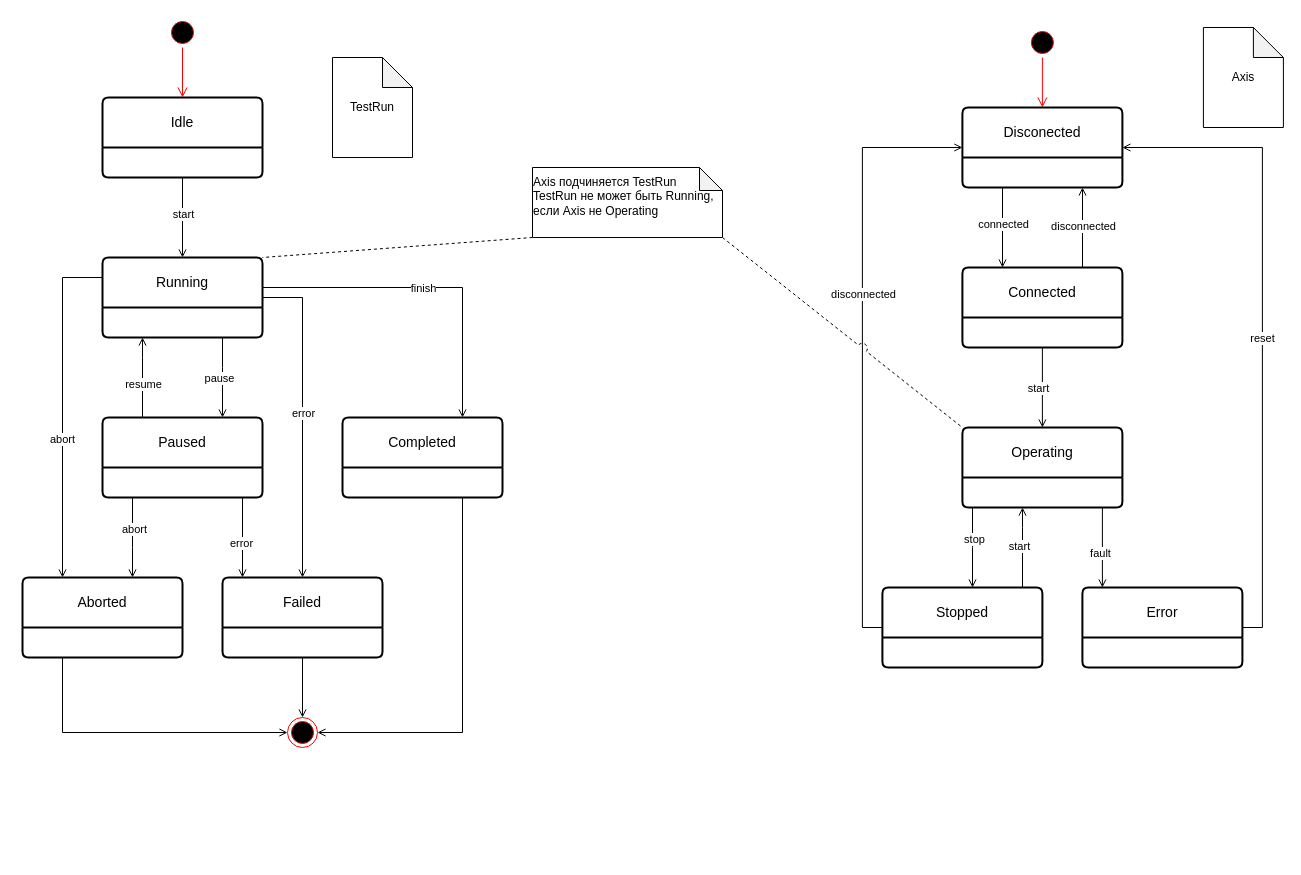
Earlier version of the draw.io diagram page "ДС" (3 of 6) of docs/diagrams/analytics-artifacts.drawio (TarkWight/uas-test-system). Source tidied: cells renumbered, new cells numbered last; positions are measured from the earlier drawing's top-left corner, leaving out a move shared by most shapes. Both pictures are drawn from the tidied source at 100%, with x=0, y=0 at pixel (22, 17).
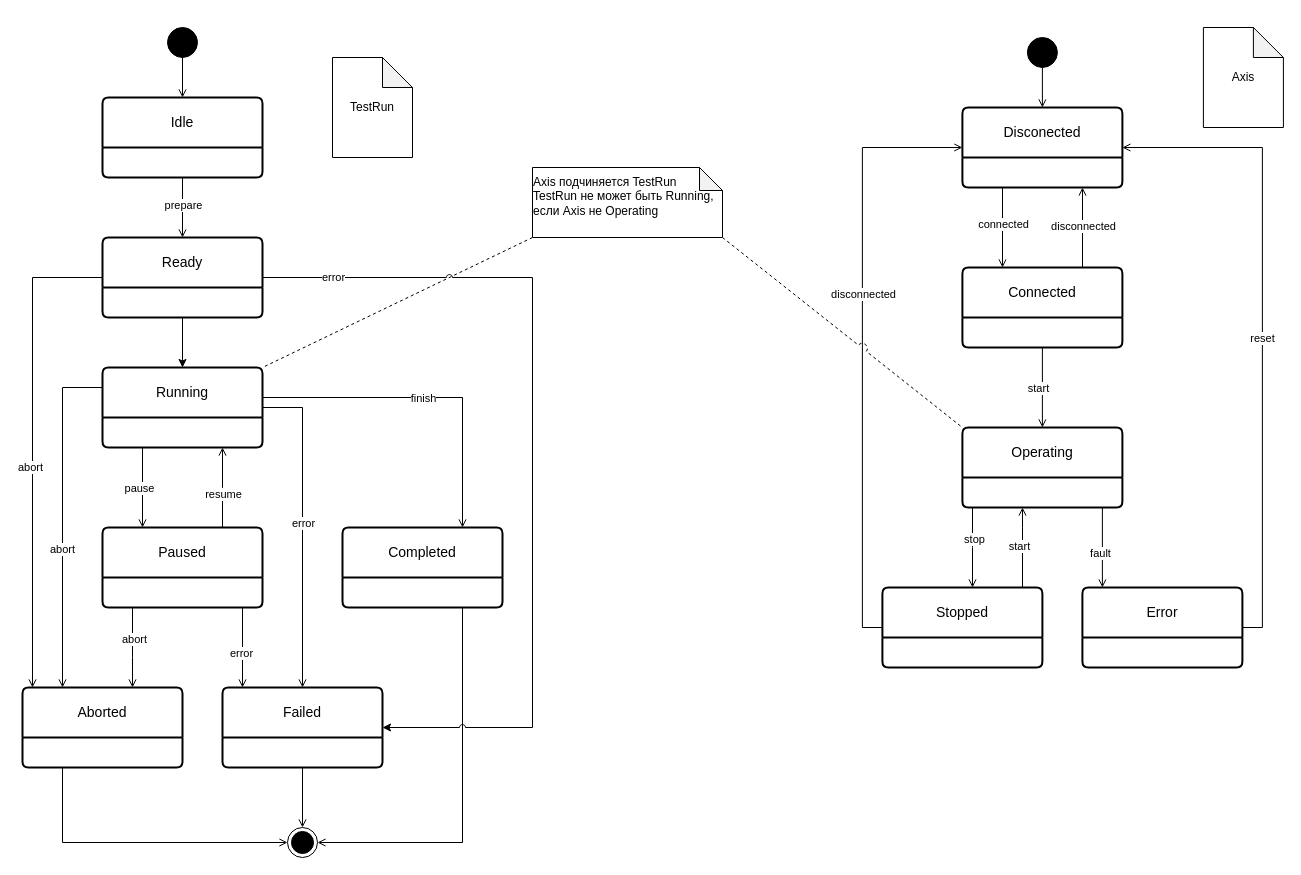
Above is the later version.

Commit message:
? update SD: add new state to `TestRun` - [Idle -+ Ready +-Running]

Unchanged cells that the change refers to:
```xml
<mxCell id="7" value="Idle" style="swimlane;horizontal=1;startSize=50;rounded=1;fontSize=14;fontStyle=0;strokeWidth=2;shadow=0;dashed=0;align=center;arcSize=4;whiteSpace=wrap;html=1;" parent="1" vertex="1">
  <mxGeometry x="80" y="80" width="160" height="80" as="geometry" />
</mxCell>
<mxCell id="35" value="Disconected" style="swimlane;horizontal=1;startSize=50;rounded=1;fontSize=14;fontStyle=0;strokeWidth=2;shadow=0;dashed=0;align=center;arcSize=4;whiteSpace=wrap;html=1;" parent="1" vertex="1">
  <mxGeometry x="939.9" y="90" width="160" height="80" as="geometry" />
</mxCell>
```

Change to the diagram source:
```diff
@@
-    <mxCell id="2" style="ellipse;html=1;shape=endState;fillColor=#000000;strokeColor=#ff0000;" parent="1" vertex="1">
-      <mxGeometry x="265" y="700" width="30" height="30" as="geometry" />
-    </mxCell>
-    <mxCell id="3" style="ellipse;html=1;shape=startState;fillColor=#000000;strokeColor=#ff0000;" parent="1" vertex="1">
-      <mxGeometry x="145" width="30" height="30" as="geometry" />
-    </mxCell>
-    <mxCell id="4" style="edgeStyle=orthogonalEdgeStyle;html=1;verticalAlign=bottom;endArrow=open;endSize=8;strokeColor=#ff0000;rounded=0;" parent="1" edge="1" source="3" target="7">
-      <mxGeometry relative="1" as="geometry" />
-    </mxCell>
-    <mxCell id="5" style="edgeStyle=orthogonalEdgeStyle;rounded=0;jettySize=auto;html=1;endArrow=open;endFill=0;" parent="1" edge="1" source="7" target="16">
+    <mxCell id="5" style="edgeStyle=orthogonalEdgeStyle;rounded=0;jettySize=auto;html=1;endArrow=open;endFill=0;" parent="1" edge="1" source="7" target="63">
       <mxGeometry relative="1" as="geometry" />
     </mxCell>
-    <mxCell id="6" value="start" style="edgeLabel;html=1;align=center;verticalAlign=middle;" parent="5" vertex="1">
+    <mxCell id="6" value="prepare" style="edgeLabel;html=1;align=center;verticalAlign=middle;" parent="5" vertex="1">
       <mxGeometry x="-0.1" relative="1" as="geometry" />
     </mxCell>
@@
     <mxCell id="8" style="edgeStyle=orthogonalEdgeStyle;rounded=0;jettySize=auto;html=1;endArrow=open;endFill=0;" parent="1" edge="1" source="16" target="23">
       <mxGeometry relative="1" as="geometry">
         <Array as="points">
-          <mxPoint x="200" y="350" />
-          <mxPoint x="200" y="350" />
+          <mxPoint x="120" y="470" />
+          <mxPoint x="120" y="470" />
         </Array>
       </mxGeometry>
     </mxCell>
@@
     <mxCell id="10" style="edgeStyle=orthogonalEdgeStyle;rounded=0;jettySize=auto;html=1;endArrow=open;endFill=0;" parent="1" edge="1" source="16" target="25">
       <mxGeometry relative="1" as="geometry">
         <Array as="points">
-          <mxPoint x="40" y="260" />
+          <mxPoint x="40" y="370" />
         </Array>
       </mxGeometry>
     </mxCell>
@@
     <mxCell id="12" style="edgeStyle=orthogonalEdgeStyle;rounded=0;jettySize=auto;html=1;endArrow=open;endFill=0;" parent="1" edge="1" source="16" target="27">
       <mxGeometry relative="1" as="geometry">
         <Array as="points">
-          <mxPoint x="280" y="280" />
+          <mxPoint x="280" y="390" />
         </Array>
       </mxGeometry>
     </mxCell>
@@
     <mxCell id="14" style="edgeStyle=orthogonalEdgeStyle;rounded=0;jettySize=auto;html=1;endArrow=open;endFill=0;" parent="1" edge="1" source="16" target="29">
       <mxGeometry relative="1" as="geometry">
         <Array as="points">
-          <mxPoint x="440" y="270" />
+          <mxPoint x="440" y="380" />
         </Array>
       </mxGeometry>
     </mxCell>
@@
     <mxCell id="16" value="Running" style="swimlane;horizontal=1;startSize=50;rounded=1;fontSize=14;fontStyle=0;strokeWidth=2;shadow=0;dashed=0;align=center;arcSize=4;whiteSpace=wrap;html=1;" parent="1" vertex="1">
-      <mxGeometry x="80" y="240" width="160" height="80" as="geometry" />
+      <mxGeometry x="80" y="350" width="160" height="80" as="geometry" />
     </mxCell>
     <mxCell id="17" style="edgeStyle=orthogonalEdgeStyle;rounded=0;jettySize=auto;html=1;endArrow=open;endFill=0;" parent="1" edge="1" source="23" target="16">
       <mxGeometry relative="1" as="geometry">
         <Array as="points">
-          <mxPoint x="120" y="340" />
-          <mxPoint x="120" y="340" />
+          <mxPoint x="200" y="470" />
+          <mxPoint x="200" y="470" />
         </Array>
       </mxGeometry>
     </mxCell>
@@
     <mxCell id="19" style="edgeStyle=orthogonalEdgeStyle;rounded=0;jettySize=auto;html=1;endArrow=open;endFill=0;" parent="1" edge="1" source="23" target="25">
       <mxGeometry relative="1" as="geometry">
         <Array as="points">
-          <mxPoint x="110" y="530" />
-          <mxPoint x="110" y="530" />
+          <mxPoint x="110" y="640" />
+          <mxPoint x="110" y="640" />
         </Array>
       </mxGeometry>
     </mxCell>
@@
     <mxCell id="21" style="edgeStyle=orthogonalEdgeStyle;rounded=0;jettySize=auto;html=1;endArrow=open;endFill=0;" parent="1" edge="1" source="23" target="27">
       <mxGeometry relative="1" as="geometry">
         <Array as="points">
-          <mxPoint x="220" y="530" />
-          <mxPoint x="220" y="530" />
+          <mxPoint x="220" y="640" />
+          <mxPoint x="220" y="640" />
         </Array>
       </mxGeometry>
     </mxCell>
@@
     <mxCell id="23" value="Paused" style="swimlane;horizontal=1;startSize=50;rounded=1;fontSize=14;fontStyle=0;strokeWidth=2;shadow=0;dashed=0;align=center;arcSize=4;whiteSpace=wrap;html=1;" parent="1" vertex="1">
-      <mxGeometry x="80" y="400" width="160" height="80" as="geometry" />
+      <mxGeometry x="80" y="510" width="160" height="80" as="geometry" />
     </mxCell>
-    <mxCell id="24" style="edgeStyle=orthogonalEdgeStyle;rounded=0;jettySize=auto;html=1;endArrow=open;endFill=0;" parent="1" edge="1" source="25" target="2">
+    <mxCell id="24" style="edgeStyle=orthogonalEdgeStyle;rounded=0;jettySize=auto;html=1;endArrow=open;endFill=0;" parent="1" edge="1" source="25" target="64">
       <mxGeometry relative="1" as="geometry">
         <Array as="points">
-          <mxPoint x="40" y="715" />
+          <mxPoint x="40" y="825" />
         </Array>
       </mxGeometry>
     </mxCell>
     <mxCell id="25" value="Aborted" style="swimlane;horizontal=1;startSize=50;rounded=1;fontSize=14;fontStyle=0;strokeWidth=2;shadow=0;dashed=0;align=center;arcSize=4;whiteSpace=wrap;html=1;" parent="1" vertex="1">
-      <mxGeometry y="560" width="160" height="80" as="geometry" />
+      <mxGeometry y="670" width="160" height="80" as="geometry" />
     </mxCell>
-    <mxCell id="26" style="edgeStyle=orthogonalEdgeStyle;rounded=0;jettySize=auto;html=1;endArrow=open;endFill=0;" parent="1" edge="1" source="27" target="2">
+    <mxCell id="26" style="edgeStyle=orthogonalEdgeStyle;rounded=0;jettySize=auto;html=1;endArrow=open;endFill=0;" parent="1" edge="1" source="27" target="64">
       <mxGeometry relative="1" as="geometry" />
     </mxCell>
     <mxCell id="27" value="Failed" style="swimlane;horizontal=1;startSize=50;rounded=1;fontSize=14;fontStyle=0;strokeWidth=2;shadow=0;dashed=0;align=center;arcSize=4;whiteSpace=wrap;html=1;" parent="1" vertex="1">
-      <mxGeometry x="200" y="560" width="160" height="80" as="geometry" />
+      <mxGeometry x="200" y="670" width="160" height="80" as="geometry" />
     </mxCell>
-    <mxCell id="28" style="edgeStyle=orthogonalEdgeStyle;rounded=0;jettySize=auto;html=1;endArrow=open;endFill=0;" parent="1" edge="1" source="29" target="2">
+    <mxCell id="28" style="edgeStyle=orthogonalEdgeStyle;rounded=0;jettySize=auto;html=1;endArrow=open;endFill=0;" parent="1" edge="1" source="29" target="64">
       <mxGeometry relative="1" as="geometry">
         <Array as="points">
-          <mxPoint x="440" y="715" />
+          <mxPoint x="440" y="825" />
         </Array>
       </mxGeometry>
     </mxCell>
     <mxCell id="29" value="Completed" style="swimlane;horizontal=1;startSize=50;rounded=1;fontSize=14;fontStyle=0;strokeWidth=2;shadow=0;dashed=0;align=center;arcSize=4;whiteSpace=wrap;html=1;" parent="1" vertex="1">
-      <mxGeometry x="320" y="400" width="160" height="80" as="geometry" />
+      <mxGeometry x="320" y="510" width="160" height="80" as="geometry" />
     </mxCell>
@@
-    <mxCell id="31" style="ellipse;html=1;shape=startState;fillColor=#000000;strokeColor=#ff0000;" parent="1" vertex="1">
-      <mxGeometry x="1004.9" y="10" width="30" height="30" as="geometry" />
-    </mxCell>
-    <mxCell id="32" style="edgeStyle=orthogonalEdgeStyle;html=1;verticalAlign=bottom;endArrow=open;endSize=8;strokeColor=#ff0000;rounded=0;" parent="1" edge="1" source="31" target="35">
-      <mxGeometry relative="1" as="geometry" />
-    </mxCell>
@@
+    <mxCell id="58" style="edgeStyle=orthogonalEdgeStyle;rounded=0;jettySize=auto;html=1;" parent="1" edge="1" source="63" target="16">
+      <mxGeometry relative="1" as="geometry" />
+    </mxCell>
+    <mxCell id="59" style="edgeStyle=orthogonalEdgeStyle;rounded=0;jettySize=auto;html=1;endArrow=open;endFill=0;" parent="1" edge="1" source="63" target="25">
+      <mxGeometry relative="1" as="geometry">
+        <Array as="points">
+          <mxPoint x="10" y="260" />
+        </Array>
+      </mxGeometry>
+    </mxCell>
+    <mxCell id="60" value="abort" style="edgeLabel;html=1;align=center;verticalAlign=middle;" parent="59" vertex="1">
+      <mxGeometry x="0.08" y="-3" relative="1" as="geometry" />
+    </mxCell>
+    <mxCell id="61" style="edgeStyle=orthogonalEdgeStyle;rounded=0;jettySize=auto;html=1;jumpStyle=arc;" parent="1" edge="1" source="63" target="27">
+      <mxGeometry relative="1" as="geometry">
+        <Array as="points">
+          <mxPoint x="510" y="260" />
+          <mxPoint x="510" y="710" />
+        </Array>
+      </mxGeometry>
+    </mxCell>
+    <mxCell id="62" value="error" style="edgeLabel;html=1;align=center;verticalAlign=middle;" parent="61" vertex="1">
+      <mxGeometry x="-0.84" y="1" relative="1" as="geometry" />
+    </mxCell>
+    <mxCell id="63" value="Ready" style="swimlane;horizontal=1;startSize=50;rounded=1;fontSize=14;fontStyle=0;strokeWidth=2;shadow=0;dashed=0;align=center;arcSize=4;whiteSpace=wrap;html=1;" parent="1" vertex="1">
+      <mxGeometry x="80" y="220" width="160" height="80" as="geometry" />
+    </mxCell>
+    <mxCell id="64" style="ellipse;html=1;shape=endState;fillColor=strokeColor;" parent="1" vertex="1">
+      <mxGeometry x="265" y="810" width="30" height="30" as="geometry" />
+    </mxCell>
+    <mxCell id="65" style="edgeStyle=orthogonalEdgeStyle;rounded=0;jettySize=auto;html=1;endArrow=open;endFill=0;" parent="1" edge="1" source="66" target="7">
+      <mxGeometry relative="1" as="geometry" />
+    </mxCell>
+    <mxCell id="66" style="ellipse;fillColor=strokeColor;html=1;" parent="1" vertex="1">
+      <mxGeometry x="145" y="10" width="30" height="30" as="geometry" />
+    </mxCell>
+    <mxCell id="67" style="edgeStyle=orthogonalEdgeStyle;rounded=0;jettySize=auto;html=1;endArrow=open;endFill=0;" parent="1" edge="1" source="68" target="35">
+      <mxGeometry relative="1" as="geometry" />
+    </mxCell>
+    <mxCell id="68" style="ellipse;fillColor=strokeColor;html=1;" parent="1" vertex="1">
+      <mxGeometry x="1004.9" y="20" width="30" height="30" as="geometry" />
+    </mxCell>
```
